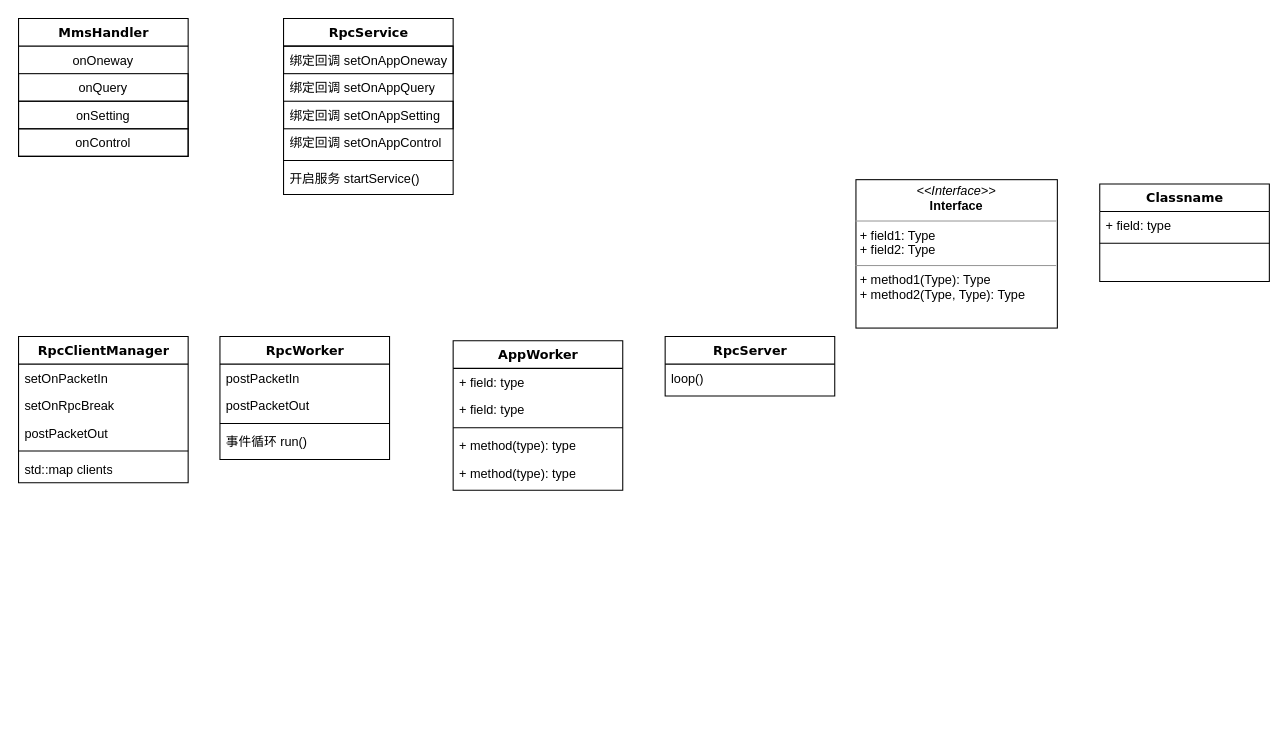
The draw.io diagram rpc.drawio in BDUnTcle/MMS, before the edit. Source tidied: cells renumbered, new cells numbered last; positions are measured from the earlier drawing's top-left corner, leaving out a move shared by most shapes. Both pictures are drawn from the tidied source at 106%, with x=0, y=0 at pixel (18, 18).
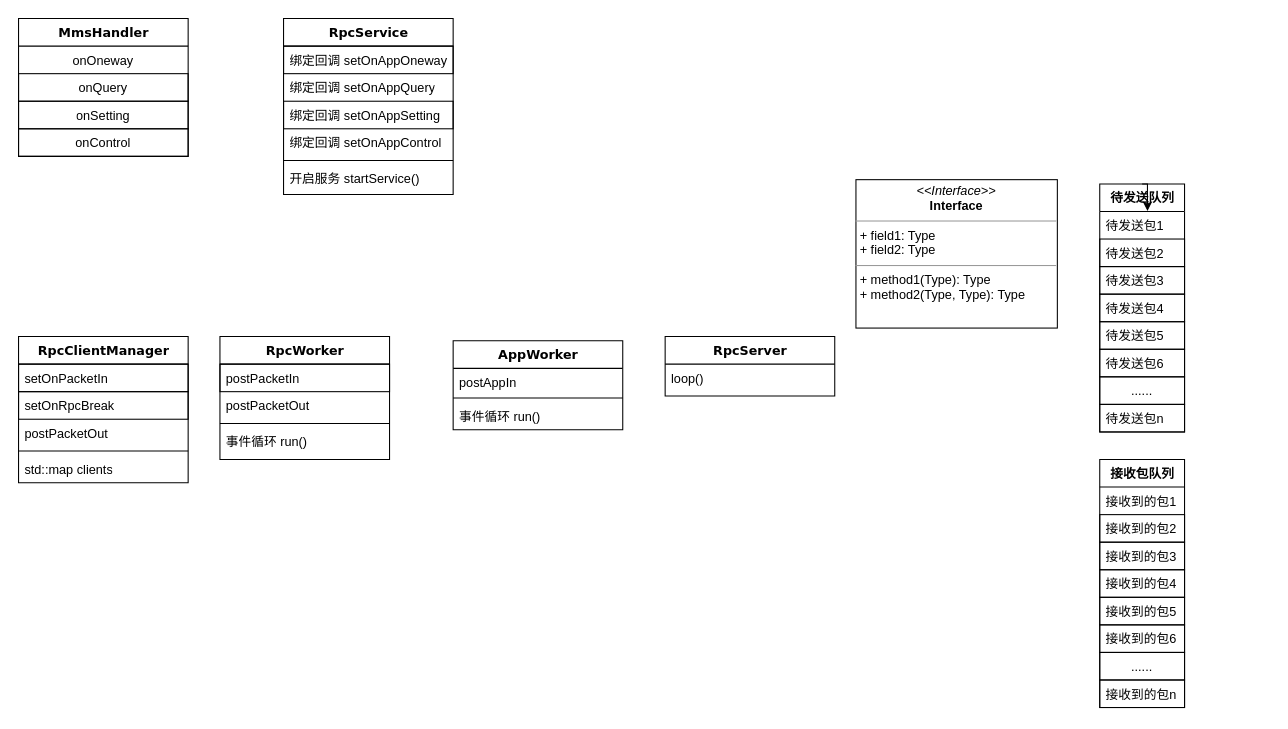
After the change.

The change refers to these unchanged cells:
```xml
<mxCell id="2" value="RpcClientManager" style="swimlane;html=1;fontStyle=1;align=center;verticalAlign=top;horizontal=1;startSize=26;swimlaneFillColor=#ffffff;rounded=0;shadow=0;comic=0;labelBackgroundColor=none;strokeWidth=1;fillColor=none;fontFamily=Verdana;fontSize=12;" parent="1" vertex="1">
  <mxGeometry y="300" width="160" height="138" as="geometry" />
</mxCell>
<mxCell id="23" value="RpcWorker" style="swimlane;html=1;fontStyle=1;align=center;verticalAlign=top;horizontal=1;startSize=26;swimlaneFillColor=#ffffff;rounded=0;shadow=0;comic=0;labelBackgroundColor=none;strokeWidth=1;fillColor=none;fontFamily=Verdana;fontSize=12;" parent="1" vertex="1">
  <mxGeometry x="190" y="300" width="160" height="116" as="geometry" />
</mxCell>
```

The edit, as a diff of the source:
```diff
@@
-    <mxCell id="3" value="setOnPacketIn" style="text;html=1;strokeColor=none;fillColor=none;align=left;verticalAlign=top;spacingLeft=4;spacingRight=4;whiteSpace=wrap;overflow=hidden;" parent="2" vertex="1">
+    <mxCell id="3" value="setOnPacketIn" style="text;html=1;strokeColor=default;fillColor=none;align=left;verticalAlign=top;spacingLeft=4;spacingRight=4;whiteSpace=wrap;overflow=hidden;" parent="2" vertex="1">
       <mxGeometry y="26" width="160" height="26" as="geometry" />
     </mxCell>
-    <mxCell id="4" value="setOnRpcBreak" style="text;html=1;strokeColor=none;fillColor=none;align=left;verticalAlign=top;spacingLeft=4;spacingRight=4;whiteSpace=wrap;overflow=hidden;" parent="2" vertex="1">
+    <mxCell id="4" value="setOnRpcBreak" style="text;html=1;strokeColor=default;fillColor=none;align=left;verticalAlign=top;spacingLeft=4;spacingRight=4;whiteSpace=wrap;overflow=hidden;" parent="2" vertex="1">
       <mxGeometry y="52" width="160" height="26" as="geometry" />
     </mxCell>
@@
-    <mxCell id="20" value="Classname" style="swimlane;html=1;fontStyle=1;align=center;verticalAlign=top;horizontal=1;startSize=26;swimlaneFillColor=#ffffff;rounded=0;shadow=0;comic=0;labelBackgroundColor=none;strokeWidth=1;fillColor=none;fontFamily=Verdana;fontSize=12;" parent="1" vertex="1">
-      <mxGeometry x="1020" y="156" width="160" height="92" as="geometry" />
+    <mxCell id="20" value="待发送队列" style="swimlane;html=1;fontStyle=1;align=center;verticalAlign=top;horizontal=1;startSize=26;swimlaneFillColor=#ffffff;rounded=0;shadow=0;comic=0;labelBackgroundColor=none;strokeWidth=1;fillColor=none;fontFamily=Verdana;fontSize=12;" parent="1" vertex="1">
+      <mxGeometry x="1020" y="156" width="80" height="234" as="geometry" />
     </mxCell>
-    <mxCell id="21" value="+ field: type" style="text;html=1;strokeColor=none;fillColor=none;align=left;verticalAlign=top;spacingLeft=4;spacingRight=4;whiteSpace=wrap;overflow=hidden;" parent="20" vertex="1">
-      <mxGeometry y="26" width="160" height="26" as="geometry" />
+    <mxCell id="21" value="待发送包1" style="text;html=1;strokeColor=none;fillColor=none;align=left;verticalAlign=top;spacingLeft=4;spacingRight=4;whiteSpace=wrap;overflow=hidden;" parent="20" vertex="1">
+      <mxGeometry y="26" width="80" height="26" as="geometry" />
     </mxCell>
-    <mxCell id="22" style="line;html=1;strokeWidth=1;fillColor=none;align=left;verticalAlign=middle;spacingTop=-1;spacingLeft=3;spacingRight=3;labelPosition=right;" parent="20" vertex="1">
-      <mxGeometry y="52" width="160" height="8" as="geometry" />
-    </mxCell>
+    <mxCell id="37" value="&lt;span&gt;待发送包2&lt;/span&gt;" style="text;html=1;strokeColor=default;fillColor=none;align=left;verticalAlign=top;spacingLeft=4;spacingRight=4;whiteSpace=wrap;overflow=hidden;" parent="20" vertex="1">
+      <mxGeometry y="52" width="80" height="26" as="geometry" />
+    </mxCell>
+    <mxCell id="38" value="&lt;span&gt;待发送包3&lt;/span&gt;" style="text;html=1;strokeColor=default;fillColor=none;align=left;verticalAlign=top;spacingLeft=4;spacingRight=4;whiteSpace=wrap;overflow=hidden;" parent="20" vertex="1">
+      <mxGeometry y="78" width="80" height="26" as="geometry" />
+    </mxCell>
+    <mxCell id="39" value="&lt;span&gt;待发送包4&lt;/span&gt;" style="text;html=1;strokeColor=default;fillColor=none;align=left;verticalAlign=top;spacingLeft=4;spacingRight=4;whiteSpace=wrap;overflow=hidden;" parent="20" vertex="1">
+      <mxGeometry y="104" width="80" height="26" as="geometry" />
+    </mxCell>
+    <mxCell id="40" value="待发送包5" style="text;html=1;strokeColor=default;fillColor=none;align=left;verticalAlign=top;spacingLeft=4;spacingRight=4;whiteSpace=wrap;overflow=hidden;" parent="20" vertex="1">
+      <mxGeometry y="130" width="80" height="26" as="geometry" />
+    </mxCell>
+    <mxCell id="41" value="&lt;span&gt;待发送包6&lt;/span&gt;" style="text;html=1;strokeColor=default;fillColor=none;align=left;verticalAlign=top;spacingLeft=4;spacingRight=4;whiteSpace=wrap;overflow=hidden;" parent="20" vertex="1">
+      <mxGeometry y="156" width="80" height="26" as="geometry" />
+    </mxCell>
+    <mxCell id="42" value="......" style="text;html=1;strokeColor=default;fillColor=none;align=center;verticalAlign=top;spacingLeft=4;spacingRight=4;whiteSpace=wrap;overflow=hidden;" parent="20" vertex="1">
+      <mxGeometry y="182" width="80" height="26" as="geometry" />
+    </mxCell>
+    <mxCell id="43" value="&lt;span&gt;待发送包n&lt;/span&gt;" style="text;html=1;strokeColor=default;fillColor=none;align=left;verticalAlign=top;spacingLeft=4;spacingRight=4;whiteSpace=wrap;overflow=hidden;" parent="20" vertex="1">
+      <mxGeometry y="208" width="80" height="26" as="geometry" />
+    </mxCell>
@@
-    <mxCell id="24" value="postPacketIn" style="text;html=1;strokeColor=none;fillColor=none;align=left;verticalAlign=top;spacingLeft=4;spacingRight=4;whiteSpace=wrap;overflow=hidden;" parent="23" vertex="1">
+    <mxCell id="24" value="postPacketIn" style="text;html=1;strokeColor=default;fillColor=none;align=left;verticalAlign=top;spacingLeft=4;spacingRight=4;whiteSpace=wrap;overflow=hidden;" parent="23" vertex="1">
       <mxGeometry y="26" width="160" height="26" as="geometry" />
     </mxCell>
@@
     <mxCell id="28" value="AppWorker" style="swimlane;html=1;fontStyle=1;align=center;verticalAlign=top;horizontal=1;startSize=26;swimlaneFillColor=#ffffff;rounded=0;shadow=0;comic=0;labelBackgroundColor=none;strokeWidth=1;fillColor=none;fontFamily=Verdana;fontSize=12;" parent="1" vertex="1">
-      <mxGeometry x="410" y="304" width="160" height="141" as="geometry" />
+      <mxGeometry x="410" y="304" width="160" height="84" as="geometry" />
     </mxCell>
-    <mxCell id="29" value="+ field: type" style="text;html=1;strokeColor=none;fillColor=none;align=left;verticalAlign=top;spacingLeft=4;spacingRight=4;whiteSpace=wrap;overflow=hidden;" parent="28" vertex="1">
-      <mxGeometry y="26" width="160" height="26" as="geometry" />
+    <mxCell id="29" value="postAppIn" style="text;html=1;strokeColor=none;fillColor=none;align=left;verticalAlign=top;spacingLeft=4;spacingRight=4;whiteSpace=wrap;overflow=hidden;" parent="28" vertex="1">
+      <mxGeometry y="26" width="160" height="24" as="geometry" />
     </mxCell>
-    <mxCell id="30" value="+ field: type" style="text;html=1;strokeColor=none;fillColor=none;align=left;verticalAlign=top;spacingLeft=4;spacingRight=4;whiteSpace=wrap;overflow=hidden;" parent="28" vertex="1">
-      <mxGeometry y="52" width="160" height="26" as="geometry" />
-    </mxCell>
     <mxCell id="31" style="line;html=1;strokeWidth=1;fillColor=none;align=left;verticalAlign=middle;spacingTop=-1;spacingLeft=3;spacingRight=3;labelPosition=right;" parent="28" vertex="1">
-      <mxGeometry y="78" width="160" height="8" as="geometry" />
+      <mxGeometry y="50" width="160" height="8" as="geometry" />
     </mxCell>
-    <mxCell id="32" value="+ method(type): type" style="text;html=1;strokeColor=none;fillColor=none;align=left;verticalAlign=top;spacingLeft=4;spacingRight=4;whiteSpace=wrap;overflow=hidden;" parent="28" vertex="1">
-      <mxGeometry y="86" width="160" height="26" as="geometry" />
+    <mxCell id="32" value="事件循环 run()" style="text;html=1;strokeColor=none;fillColor=none;align=left;verticalAlign=top;spacingLeft=4;spacingRight=4;whiteSpace=wrap;overflow=hidden;" parent="28" vertex="1">
+      <mxGeometry y="58" width="160" height="26" as="geometry" />
     </mxCell>
-    <mxCell id="33" value="+ method(type): type" style="text;html=1;strokeColor=none;fillColor=none;align=left;verticalAlign=top;spacingLeft=4;spacingRight=4;whiteSpace=wrap;overflow=hidden;" parent="28" vertex="1">
-      <mxGeometry y="112" width="160" height="26" as="geometry" />
-    </mxCell>
@@
+    <mxCell id="44" style="edgeStyle=orthogonalEdgeStyle;rounded=0;orthogonalLoop=1;jettySize=auto;html=1;exitX=0.5;exitY=0;exitDx=0;exitDy=0;entryX=0.563;entryY=0.109;entryDx=0;entryDy=0;entryPerimeter=0;" parent="1" edge="1" source="20" target="20">
+      <mxGeometry relative="1" as="geometry" />
+    </mxCell>
+    <mxCell id="45" value="接收包队列" style="swimlane;html=1;fontStyle=1;align=center;verticalAlign=top;horizontal=1;startSize=26;swimlaneFillColor=#ffffff;rounded=0;shadow=0;comic=0;labelBackgroundColor=none;strokeWidth=1;fillColor=none;fontFamily=Verdana;fontSize=12;" parent="1" vertex="1">
+      <mxGeometry x="1020" y="416" width="80" height="234" as="geometry" />
+    </mxCell>
+    <mxCell id="46" value="接收到的包1" style="text;html=1;strokeColor=none;fillColor=none;align=left;verticalAlign=top;spacingLeft=4;spacingRight=4;whiteSpace=wrap;overflow=hidden;" parent="45" vertex="1">
+      <mxGeometry y="26" width="80" height="26" as="geometry" />
+    </mxCell>
+    <mxCell id="47" value="接收到的包2" style="text;html=1;strokeColor=default;fillColor=none;align=left;verticalAlign=top;spacingLeft=4;spacingRight=4;whiteSpace=wrap;overflow=hidden;" parent="45" vertex="1">
+      <mxGeometry y="52" width="80" height="26" as="geometry" />
+    </mxCell>
+    <mxCell id="48" value="接收到的包3" style="text;html=1;strokeColor=default;fillColor=none;align=left;verticalAlign=top;spacingLeft=4;spacingRight=4;whiteSpace=wrap;overflow=hidden;" parent="45" vertex="1">
+      <mxGeometry y="78" width="80" height="26" as="geometry" />
+    </mxCell>
+    <mxCell id="49" value="接收到的包4" style="text;html=1;strokeColor=default;fillColor=none;align=left;verticalAlign=top;spacingLeft=4;spacingRight=4;whiteSpace=wrap;overflow=hidden;" parent="45" vertex="1">
+      <mxGeometry y="104" width="80" height="26" as="geometry" />
+    </mxCell>
+    <mxCell id="50" value="接收到的包5" style="text;html=1;strokeColor=default;fillColor=none;align=left;verticalAlign=top;spacingLeft=4;spacingRight=4;whiteSpace=wrap;overflow=hidden;" parent="45" vertex="1">
+      <mxGeometry y="130" width="80" height="26" as="geometry" />
+    </mxCell>
+    <mxCell id="51" value="接收到的包6" style="text;html=1;strokeColor=default;fillColor=none;align=left;verticalAlign=top;spacingLeft=4;spacingRight=4;whiteSpace=wrap;overflow=hidden;" parent="45" vertex="1">
+      <mxGeometry y="156" width="80" height="26" as="geometry" />
+    </mxCell>
+    <mxCell id="52" value="......" style="text;html=1;strokeColor=default;fillColor=none;align=center;verticalAlign=top;spacingLeft=4;spacingRight=4;whiteSpace=wrap;overflow=hidden;" parent="45" vertex="1">
+      <mxGeometry y="182" width="80" height="26" as="geometry" />
+    </mxCell>
+    <mxCell id="53" value="接收到的包n" style="text;html=1;strokeColor=default;fillColor=none;align=left;verticalAlign=top;spacingLeft=4;spacingRight=4;whiteSpace=wrap;overflow=hidden;" parent="45" vertex="1">
+      <mxGeometry y="208" width="80" height="26" as="geometry" />
+    </mxCell>
```
